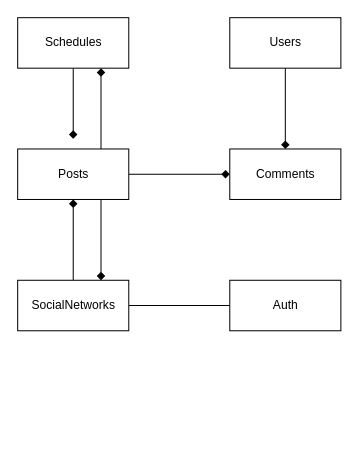
This is design/tramulo.drawio from bubikhonza/tremulo, a draw.io file, before an edit. Source tidied: cells renumbered, new cells numbered last; positions are measured from the earlier drawing's top-left corner, leaving out a move shared by most shapes. Both pictures are drawn from the tidied source at 101%, with x=0, y=0 at pixel (17, 17).
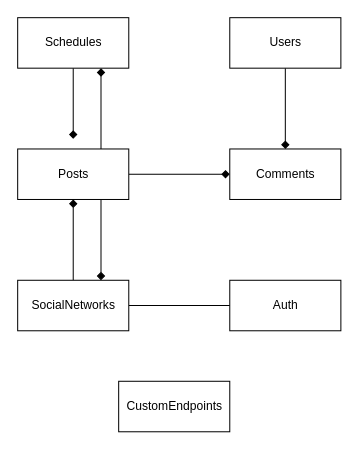
After the change.

The edit, as a diff of the source:
```diff
@@
 <mxGraphModel>
   <root>
     <mxCell id="0" />
     <mxCell id="1" parent="0" />
     <mxCell id="2" style="edgeStyle=orthogonalEdgeStyle;rounded=0;jettySize=auto;html=1;entryX=0;entryY=0.5;entryDx=0;entryDy=0;endArrow=diamond;endFill=1;" parent="1" edge="1" source="5" target="6">
       <mxGeometry relative="1" as="geometry" />
     </mxCell>
     <mxCell id="3" style="edgeStyle=orthogonalEdgeStyle;rounded=0;jettySize=auto;html=1;exitX=0.75;exitY=1;exitDx=0;exitDy=0;entryX=0.75;entryY=0;entryDx=0;entryDy=0;endArrow=diamond;endFill=1;" parent="1" edge="1" source="5" target="10">
       <mxGeometry relative="1" as="geometry" />
     </mxCell>
     <mxCell id="4" style="edgeStyle=orthogonalEdgeStyle;rounded=0;jettySize=auto;html=1;exitX=0.75;exitY=0;exitDx=0;exitDy=0;entryX=0.75;entryY=1;entryDx=0;entryDy=0;endArrow=diamond;endFill=1;" parent="1" edge="1" source="5" target="14">
       <mxGeometry relative="1" as="geometry" />
     </mxCell>
     <mxCell id="5" value="Posts" style="html=1;" parent="1" vertex="1">
       <mxGeometry y="130" width="110" height="50" as="geometry" />
     </mxCell>
     <mxCell id="6" value="Comments" style="html=1;" parent="1" vertex="1">
       <mxGeometry x="210" y="130" width="110" height="50" as="geometry" />
     </mxCell>
     <mxCell id="7" value="Auth" style="html=1;" parent="1" vertex="1">
       <mxGeometry x="210" y="260" width="110" height="50" as="geometry" />
     </mxCell>
     <mxCell id="8" style="edgeStyle=orthogonalEdgeStyle;rounded=0;jettySize=auto;html=1;entryX=0.5;entryY=1;entryDx=0;entryDy=0;endArrow=diamond;endFill=1;" parent="1" edge="1" source="10" target="5">
       <mxGeometry relative="1" as="geometry" />
     </mxCell>
     <mxCell id="9" style="edgeStyle=orthogonalEdgeStyle;rounded=0;jettySize=auto;html=1;endArrow=none;endFill=0;" parent="1" edge="1" source="10" target="7">
       <mxGeometry relative="1" as="geometry" />
     </mxCell>
     <mxCell id="10" value="SocialNetworks" style="html=1;" parent="1" vertex="1">
       <mxGeometry y="260" width="110" height="50" as="geometry" />
     </mxCell>
     <mxCell id="11" style="edgeStyle=orthogonalEdgeStyle;rounded=0;jettySize=auto;html=1;entryX=0.5;entryY=0;entryDx=0;entryDy=0;endArrow=diamond;endFill=1;" parent="1" edge="1" source="12" target="6">
       <mxGeometry relative="1" as="geometry" />
     </mxCell>
     <mxCell id="12" value="Users" style="html=1;" parent="1" vertex="1">
       <mxGeometry x="210" width="110" height="50" as="geometry" />
     </mxCell>
     <mxCell id="13" style="edgeStyle=orthogonalEdgeStyle;rounded=0;jettySize=auto;html=1;endArrow=diamond;endFill=1;" parent="1" edge="1" source="14">
       <mxGeometry relative="1" as="geometry">
         <mxPoint x="55" y="120" as="targetPoint" />
       </mxGeometry>
     </mxCell>
     <mxCell id="14" value="Schedules" style="html=1;" parent="1" vertex="1">
       <mxGeometry width="110" height="50" as="geometry" />
     </mxCell>
+    <mxCell id="15" value="CustomEndpoints" style="html=1;" parent="1" vertex="1">
+      <mxGeometry x="100" y="360" width="110" height="50" as="geometry" />
+    </mxCell>
   </root>
 </mxGraphModel>
```
